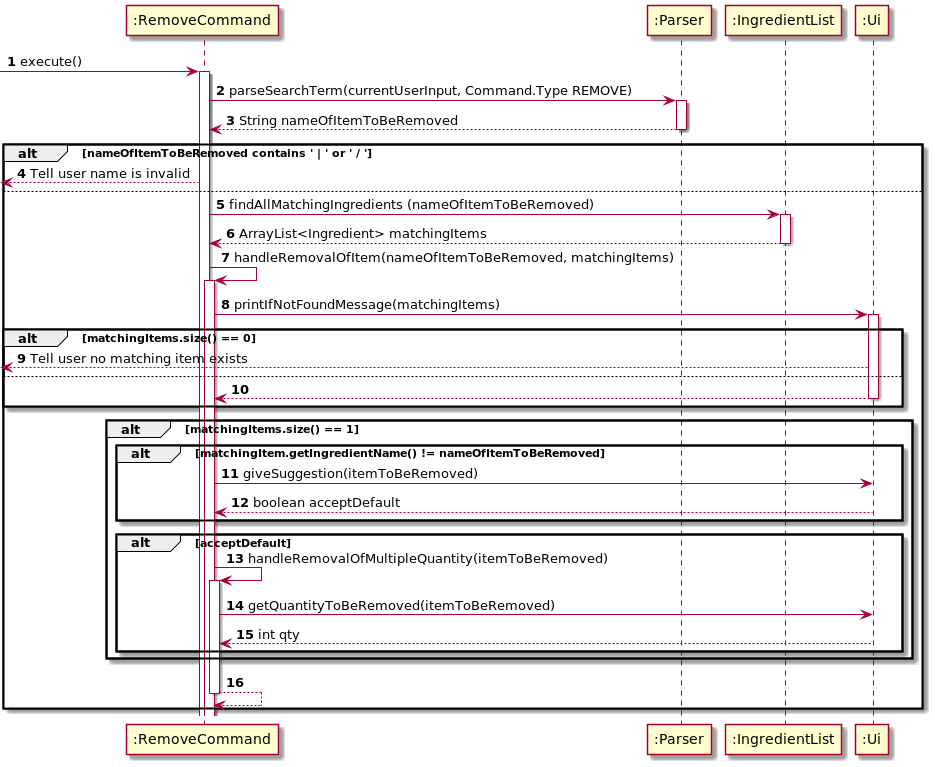
Earlier version of the PlantUML export docs/umlDiagrams/RemoveCommand.png (uosjapuelks/tp).
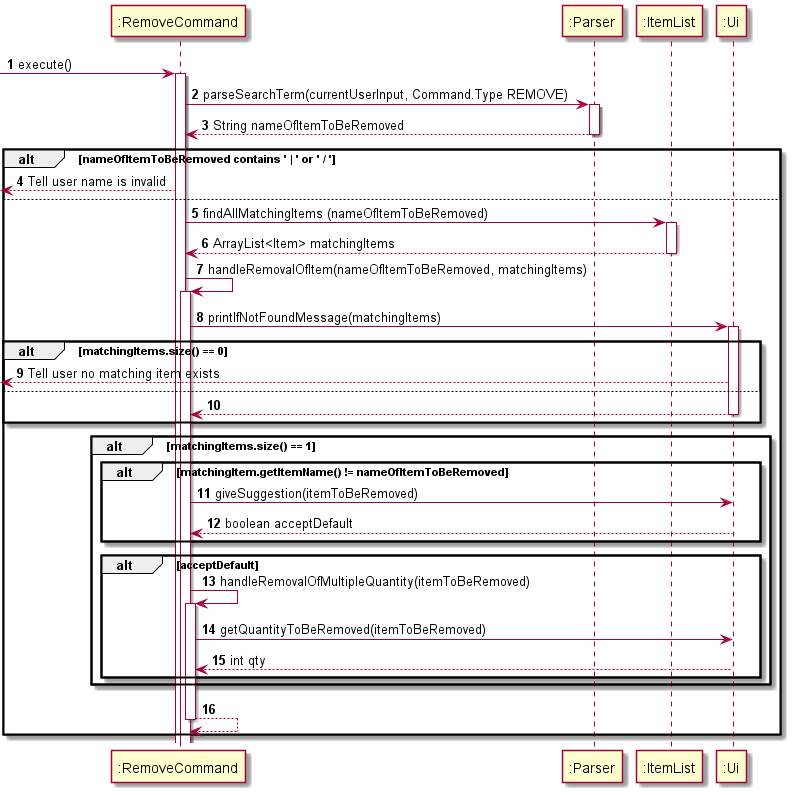
The same diagram one commit later.

Commit message:
overwrite all diagrams to change ingredient to item.

The edit, as a diff of the source:
```diff
@@ -17,10 +17,10 @@
 
 else
 
-    ":RemoveCommand" -> ":IngredientList" : findAllMatchingIngredients (nameOfItemToBeRemoved)
-    activate ":IngredientList"
-    ":RemoveCommand" <-- ":IngredientList" : ArrayList<Ingredient> matchingItems
-    deactivate ":IngredientList"
+    ":RemoveCommand" -> ":ItemList" : findAllMatchingItems (nameOfItemToBeRemoved)
+    activate ":ItemList"
+    ":RemoveCommand" <-- ":ItemList" : ArrayList<Item> matchingItems
+    deactivate ":ItemList"
 
 ":RemoveCommand" -> ":RemoveCommand": handleRemovalOfItem(nameOfItemToBeRemoved, matchingItems)
 activate ":RemoveCommand"
@@ -41,7 +41,7 @@
 
 alt matchingItems.size() == 1
 
-alt matchingItem.getIngredientName() != nameOfItemToBeRemoved
+alt matchingItem.getItemName() != nameOfItemToBeRemoved
 
 ":RemoveCommand" -> ":Ui": giveSuggestion(itemToBeRemoved)
 ":RemoveCommand" <-- ":Ui": boolean acceptDefault
```
